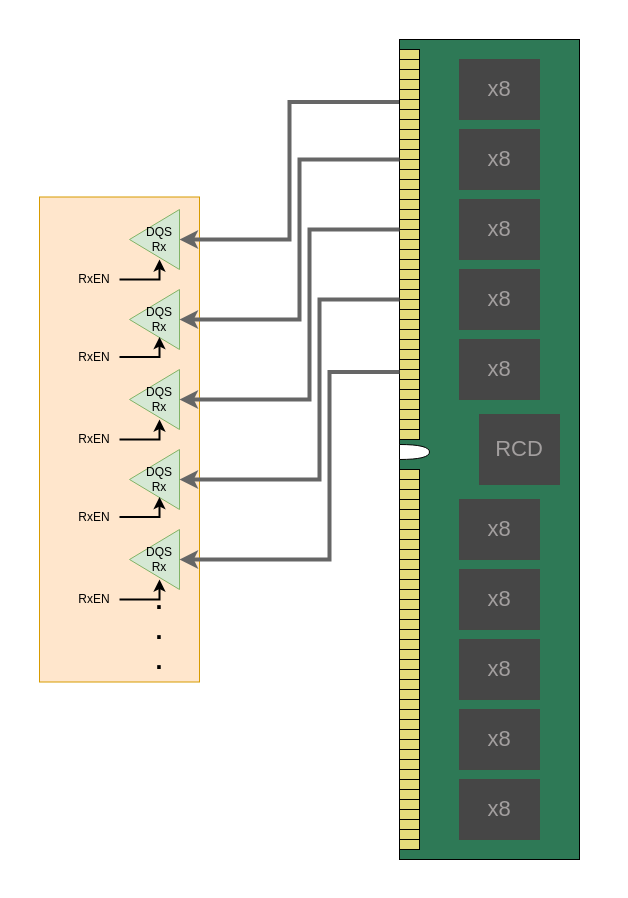
Above: docs/images/rdgate/rdgateneed2.drawio in shingaridavesh/memoryandarchitecture (draw.io), before the change. Source tidied: cells renumbered, new cells numbered last; positions are measured from the earlier drawing's top-left corner, leaving out a move shared by most shapes. Both pictures are drawn from the tidied source at 100%, with x=0, y=0 at pixel (39, 39).
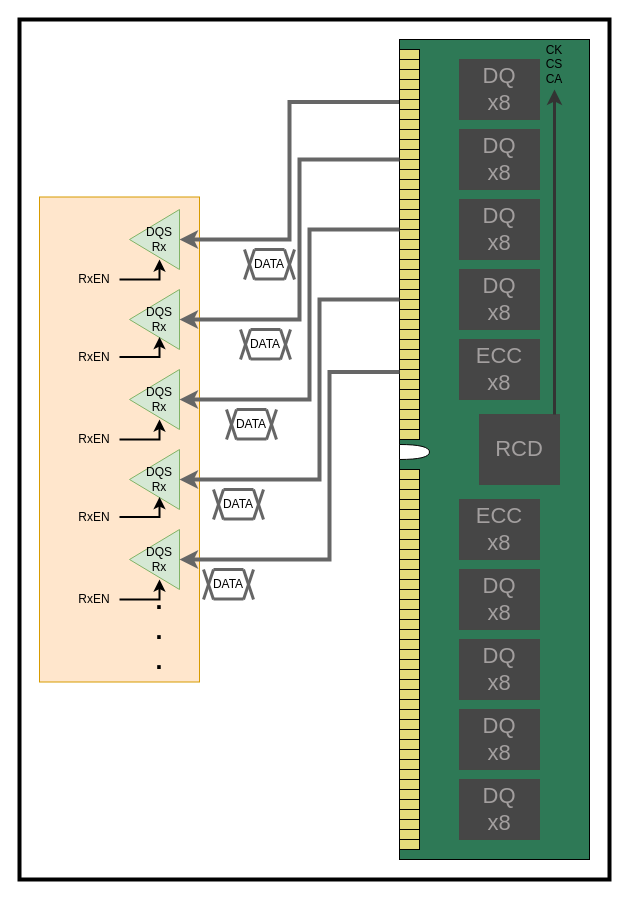
After the change.

Change to the diagram source:
```diff
@@
+    <mxCell id="119" style="rounded=0;whiteSpace=wrap;html=1;strokeWidth=4;" parent="1" vertex="1">
+      <mxGeometry x="-20" y="-20" width="590" height="860" as="geometry" />
+    </mxCell>
@@
     <mxCell id="8" style="rounded=0;whiteSpace=wrap;html=1;fillColor=#2e7956;direction=south;" parent="1" vertex="1">
-      <mxGeometry x="360" width="180" height="820" as="geometry" />
+      <mxGeometry x="360" width="190" height="820" as="geometry" />
     </mxCell>
@@
-    <mxCell id="11" value="&lt;span style=&quot;color: rgb(163, 159, 159); font-size: 22px;&quot;&gt;x8&lt;/span&gt;" style="rounded=0;whiteSpace=wrap;html=1;strokeColor=#454744;fillColor=#464646;direction=south;" parent="1" vertex="1">
+    <mxCell id="11" value="&lt;span style=&quot;color: rgb(163, 159, 159); font-size: 22px;&quot;&gt;ECC&lt;/span&gt;&lt;div&gt;&lt;span style=&quot;color: rgb(163, 159, 159); font-size: 22px;&quot;&gt;x8&lt;/span&gt;&lt;/div&gt;" style="rounded=0;whiteSpace=wrap;html=1;strokeColor=#454744;fillColor=#464646;direction=south;" parent="1" vertex="1">
       <mxGeometry x="420" y="460" width="80" height="60" as="geometry" />
     </mxCell>
-    <mxCell id="12" value="&lt;span style=&quot;color: rgb(163, 159, 159); font-size: 22px;&quot;&gt;x8&lt;/span&gt;" style="rounded=0;whiteSpace=wrap;html=1;strokeColor=#454744;fillColor=#464646;direction=south;" parent="1" vertex="1">
+    <mxCell id="12" value="&lt;span style=&quot;color: rgb(163, 159, 159); font-size: 22px;&quot;&gt;DQ&lt;/span&gt;&lt;div&gt;&lt;span style=&quot;color: rgb(163, 159, 159); font-size: 22px;&quot;&gt;x8&lt;/span&gt;&lt;/div&gt;" style="rounded=0;whiteSpace=wrap;html=1;strokeColor=#454744;fillColor=#464646;direction=south;" parent="1" vertex="1">
       <mxGeometry x="420" y="530" width="80" height="60" as="geometry" />
     </mxCell>
-    <mxCell id="13" value="&lt;span style=&quot;color: rgb(163, 159, 159); font-size: 22px;&quot;&gt;x8&lt;/span&gt;" style="rounded=0;whiteSpace=wrap;html=1;strokeColor=#454744;fillColor=#464646;direction=south;" parent="1" vertex="1">
+    <mxCell id="13" value="&lt;span style=&quot;color: rgb(163, 159, 159); font-size: 22px;&quot;&gt;DQ&lt;/span&gt;&lt;div&gt;&lt;span style=&quot;color: rgb(163, 159, 159); font-size: 22px;&quot;&gt;x8&lt;/span&gt;&lt;/div&gt;" style="rounded=0;whiteSpace=wrap;html=1;strokeColor=#454744;fillColor=#464646;direction=south;" parent="1" vertex="1">
       <mxGeometry x="420" y="600" width="80" height="60" as="geometry" />
     </mxCell>
-    <mxCell id="14" value="&lt;span style=&quot;color: rgb(163, 159, 159); font-size: 22px;&quot;&gt;x8&lt;/span&gt;" style="rounded=0;whiteSpace=wrap;html=1;strokeColor=#454744;fillColor=#464646;direction=south;" parent="1" vertex="1">
+    <mxCell id="14" value="&lt;span style=&quot;color: rgb(163, 159, 159); font-size: 22px;&quot;&gt;DQ&lt;/span&gt;&lt;div&gt;&lt;span style=&quot;color: rgb(163, 159, 159); font-size: 22px;&quot;&gt;x8&lt;/span&gt;&lt;/div&gt;" style="rounded=0;whiteSpace=wrap;html=1;strokeColor=#454744;fillColor=#464646;direction=south;" parent="1" vertex="1">
       <mxGeometry x="420" y="740" width="80" height="60" as="geometry" />
     </mxCell>
-    <mxCell id="15" value="&lt;span style=&quot;color: rgb(163, 159, 159); font-size: 22px;&quot;&gt;x8&lt;/span&gt;" style="rounded=0;whiteSpace=wrap;html=1;strokeColor=#454744;fillColor=#464646;direction=south;" parent="1" vertex="1">
+    <mxCell id="15" value="&lt;span style=&quot;color: rgb(163, 159, 159); font-size: 22px;&quot;&gt;DQ&lt;/span&gt;&lt;div&gt;&lt;span style=&quot;color: rgb(163, 159, 159); font-size: 22px;&quot;&gt;x8&lt;/span&gt;&lt;/div&gt;" style="rounded=0;whiteSpace=wrap;html=1;strokeColor=#454744;fillColor=#464646;direction=south;" parent="1" vertex="1">
       <mxGeometry x="420" y="670" width="80" height="60" as="geometry" />
     </mxCell>
@@
-    <mxCell id="92" value="&lt;span style=&quot;color: rgb(163, 159, 159); font-size: 22px;&quot;&gt;x8&lt;/span&gt;" style="rounded=0;whiteSpace=wrap;html=1;strokeColor=#454744;fillColor=#464646;direction=south;" parent="1" vertex="1">
+    <mxCell id="92" value="&lt;span style=&quot;color: rgb(163, 159, 159); font-size: 22px;&quot;&gt;DQ&lt;/span&gt;&lt;div&gt;&lt;span style=&quot;color: rgb(163, 159, 159); font-size: 22px;&quot;&gt;x8&lt;/span&gt;&lt;/div&gt;" style="rounded=0;whiteSpace=wrap;html=1;strokeColor=#454744;fillColor=#464646;direction=south;" parent="1" vertex="1">
       <mxGeometry x="420" y="20" width="80" height="60" as="geometry" />
     </mxCell>
-    <mxCell id="93" value="&lt;span style=&quot;color: rgb(163, 159, 159); font-size: 22px;&quot;&gt;x8&lt;/span&gt;" style="rounded=0;whiteSpace=wrap;html=1;strokeColor=#454744;fillColor=#464646;direction=south;" parent="1" vertex="1">
+    <mxCell id="93" value="&lt;span style=&quot;color: rgb(163, 159, 159); font-size: 22px;&quot;&gt;DQ&lt;/span&gt;&lt;div&gt;&lt;span style=&quot;color: rgb(163, 159, 159); font-size: 22px;&quot;&gt;x8&lt;/span&gt;&lt;/div&gt;" style="rounded=0;whiteSpace=wrap;html=1;strokeColor=#454744;fillColor=#464646;direction=south;" parent="1" vertex="1">
       <mxGeometry x="420" y="90" width="80" height="60" as="geometry" />
     </mxCell>
-    <mxCell id="94" value="&lt;span style=&quot;color: rgb(163, 159, 159); font-size: 22px;&quot;&gt;x8&lt;/span&gt;" style="rounded=0;whiteSpace=wrap;html=1;strokeColor=#454744;fillColor=#464646;direction=south;" parent="1" vertex="1">
+    <mxCell id="94" value="&lt;span style=&quot;color: rgb(163, 159, 159); font-size: 22px;&quot;&gt;DQ&lt;/span&gt;&lt;div&gt;&lt;span style=&quot;color: rgb(163, 159, 159); font-size: 22px;&quot;&gt;x8&lt;/span&gt;&lt;/div&gt;" style="rounded=0;whiteSpace=wrap;html=1;strokeColor=#454744;fillColor=#464646;direction=south;" parent="1" vertex="1">
       <mxGeometry x="420" y="160" width="80" height="60" as="geometry" />
     </mxCell>
-    <mxCell id="95" value="&lt;span style=&quot;color: rgb(163, 159, 159); font-size: 22px;&quot;&gt;x8&lt;/span&gt;" style="rounded=0;whiteSpace=wrap;html=1;strokeColor=#454744;fillColor=#464646;direction=south;" parent="1" vertex="1">
+    <mxCell id="95" value="&lt;span style=&quot;color: rgb(163, 159, 159); font-size: 22px;&quot;&gt;ECC&lt;/span&gt;&lt;div&gt;&lt;span style=&quot;color: rgb(163, 159, 159); font-size: 22px;&quot;&gt;x8&lt;/span&gt;&lt;/div&gt;" style="rounded=0;whiteSpace=wrap;html=1;strokeColor=#454744;fillColor=#464646;direction=south;" parent="1" vertex="1">
       <mxGeometry x="420" y="300" width="80" height="60" as="geometry" />
     </mxCell>
-    <mxCell id="96" value="&lt;span style=&quot;color: rgb(163, 159, 159); font-size: 22px;&quot;&gt;x8&lt;/span&gt;" style="rounded=0;whiteSpace=wrap;html=1;strokeColor=#454744;fillColor=#464646;direction=south;" parent="1" vertex="1">
+    <mxCell id="96" value="&lt;span style=&quot;color: rgb(163, 159, 159); font-size: 22px;&quot;&gt;DQ&lt;/span&gt;&lt;div&gt;&lt;span style=&quot;color: rgb(163, 159, 159); font-size: 22px;&quot;&gt;x8&lt;/span&gt;&lt;/div&gt;" style="rounded=0;whiteSpace=wrap;html=1;strokeColor=#454744;fillColor=#464646;direction=south;" parent="1" vertex="1">
       <mxGeometry x="420" y="230" width="80" height="60" as="geometry" />
     </mxCell>
@@
+    <mxCell id="120" style="endArrow=classic;html=1;rounded=0;strokeWidth=3;fillColor=#f5f5f5;strokeColor=#333333;" parent="1" edge="1">
+      <mxGeometry relative="1" as="geometry">
+        <mxPoint x="515" y="375" as="sourcePoint" />
+        <mxPoint x="515" y="50" as="targetPoint" />
+      </mxGeometry>
+    </mxCell>
+    <mxCell id="121" value="CK&lt;div&gt;CS&lt;/div&gt;&lt;div&gt;CA&lt;/div&gt;" style="text;html=1;align=center;verticalAlign=middle;whiteSpace=wrap;rounded=0;" parent="1" vertex="1">
+      <mxGeometry x="490" y="10" width="50" height="30" as="geometry" />
+    </mxCell>
+    <mxCell id="122" style="endArrow=none;html=1;rounded=0;strokeWidth=3;fillColor=#f5f5f5;strokeColor=#666666;" parent="1" edge="1">
+      <mxGeometry relative="1" as="geometry">
+        <mxPoint x="174" y="530" as="sourcePoint" />
+        <mxPoint x="204" y="530" as="targetPoint" />
+      </mxGeometry>
+    </mxCell>
+    <mxCell id="123" style="endArrow=none;html=1;rounded=0;strokeWidth=3;fillColor=#f5f5f5;strokeColor=#666666;" parent="1" edge="1">
+      <mxGeometry relative="1" as="geometry">
+        <mxPoint x="174" y="559.5" as="sourcePoint" />
+        <mxPoint x="204" y="559.5" as="targetPoint" />
+      </mxGeometry>
+    </mxCell>
+    <mxCell id="124" style="endArrow=none;html=1;rounded=0;strokeWidth=3;fillColor=#f5f5f5;strokeColor=#666666;" parent="1" edge="1">
+      <mxGeometry relative="1" as="geometry">
+        <mxPoint x="204" y="530" as="sourcePoint" />
+        <mxPoint x="214" y="560" as="targetPoint" />
+      </mxGeometry>
+    </mxCell>
+    <mxCell id="125" style="endArrow=none;html=1;rounded=0;strokeWidth=3;fillColor=#f5f5f5;strokeColor=#666666;" parent="1" edge="1">
+      <mxGeometry relative="1" as="geometry">
+        <mxPoint x="214" y="530" as="sourcePoint" />
+        <mxPoint x="204" y="560" as="targetPoint" />
+      </mxGeometry>
+    </mxCell>
+    <mxCell id="126" style="endArrow=none;html=1;rounded=0;strokeWidth=3;fillColor=#f5f5f5;strokeColor=#666666;" parent="1" edge="1">
+      <mxGeometry relative="1" as="geometry">
+        <mxPoint x="164" y="530" as="sourcePoint" />
+        <mxPoint x="174" y="560" as="targetPoint" />
+      </mxGeometry>
+    </mxCell>
+    <mxCell id="127" style="endArrow=none;html=1;rounded=0;strokeWidth=3;fillColor=#f5f5f5;strokeColor=#666666;" parent="1" edge="1">
+      <mxGeometry relative="1" as="geometry">
+        <mxPoint x="174" y="530" as="sourcePoint" />
+        <mxPoint x="164" y="560" as="targetPoint" />
+      </mxGeometry>
+    </mxCell>
+    <mxCell id="128" value="DATA" style="text;html=1;align=center;verticalAlign=middle;whiteSpace=wrap;rounded=0;" parent="1" vertex="1">
+      <mxGeometry x="164" y="530" width="50" height="30" as="geometry" />
+    </mxCell>
+    <mxCell id="129" style="endArrow=none;html=1;rounded=0;strokeWidth=3;fillColor=#f5f5f5;strokeColor=#666666;" parent="1" edge="1">
+      <mxGeometry relative="1" as="geometry">
+        <mxPoint x="184" y="450" as="sourcePoint" />
+        <mxPoint x="214" y="450" as="targetPoint" />
+      </mxGeometry>
+    </mxCell>
+    <mxCell id="130" style="endArrow=none;html=1;rounded=0;strokeWidth=3;fillColor=#f5f5f5;strokeColor=#666666;" parent="1" edge="1">
+      <mxGeometry relative="1" as="geometry">
+        <mxPoint x="184" y="479.5" as="sourcePoint" />
+        <mxPoint x="214" y="479.5" as="targetPoint" />
+      </mxGeometry>
+    </mxCell>
+    <mxCell id="131" style="endArrow=none;html=1;rounded=0;strokeWidth=3;fillColor=#f5f5f5;strokeColor=#666666;" parent="1" edge="1">
+      <mxGeometry relative="1" as="geometry">
+        <mxPoint x="214" y="450" as="sourcePoint" />
+        <mxPoint x="224" y="480" as="targetPoint" />
+      </mxGeometry>
+    </mxCell>
+    <mxCell id="132" style="endArrow=none;html=1;rounded=0;strokeWidth=3;fillColor=#f5f5f5;strokeColor=#666666;" parent="1" edge="1">
+      <mxGeometry relative="1" as="geometry">
+        <mxPoint x="224" y="450" as="sourcePoint" />
+        <mxPoint x="214" y="480" as="targetPoint" />
+      </mxGeometry>
+    </mxCell>
+    <mxCell id="133" style="endArrow=none;html=1;rounded=0;strokeWidth=3;fillColor=#f5f5f5;strokeColor=#666666;" parent="1" edge="1">
+      <mxGeometry relative="1" as="geometry">
+        <mxPoint x="174" y="450" as="sourcePoint" />
+        <mxPoint x="184" y="480" as="targetPoint" />
+      </mxGeometry>
+    </mxCell>
+    <mxCell id="134" style="endArrow=none;html=1;rounded=0;strokeWidth=3;fillColor=#f5f5f5;strokeColor=#666666;" parent="1" edge="1">
+      <mxGeometry relative="1" as="geometry">
+        <mxPoint x="184" y="450" as="sourcePoint" />
+        <mxPoint x="174" y="480" as="targetPoint" />
+      </mxGeometry>
+    </mxCell>
+    <mxCell id="135" value="DATA" style="text;html=1;align=center;verticalAlign=middle;whiteSpace=wrap;rounded=0;" parent="1" vertex="1">
+      <mxGeometry x="174" y="450" width="50" height="30" as="geometry" />
+    </mxCell>
+    <mxCell id="136" style="endArrow=none;html=1;rounded=0;strokeWidth=3;fillColor=#f5f5f5;strokeColor=#666666;" parent="1" edge="1">
+      <mxGeometry relative="1" as="geometry">
+        <mxPoint x="197" y="370" as="sourcePoint" />
+        <mxPoint x="227" y="370" as="targetPoint" />
+      </mxGeometry>
+    </mxCell>
+    <mxCell id="137" style="endArrow=none;html=1;rounded=0;strokeWidth=3;fillColor=#f5f5f5;strokeColor=#666666;" parent="1" edge="1">
+      <mxGeometry relative="1" as="geometry">
+        <mxPoint x="197" y="399.5" as="sourcePoint" />
+        <mxPoint x="227" y="399.5" as="targetPoint" />
+      </mxGeometry>
+    </mxCell>
+    <mxCell id="138" style="endArrow=none;html=1;rounded=0;strokeWidth=3;fillColor=#f5f5f5;strokeColor=#666666;" parent="1" edge="1">
+      <mxGeometry relative="1" as="geometry">
+        <mxPoint x="227" y="370" as="sourcePoint" />
+        <mxPoint x="237" y="400" as="targetPoint" />
+      </mxGeometry>
+    </mxCell>
+    <mxCell id="139" style="endArrow=none;html=1;rounded=0;strokeWidth=3;fillColor=#f5f5f5;strokeColor=#666666;" parent="1" edge="1">
+      <mxGeometry relative="1" as="geometry">
+        <mxPoint x="237" y="370" as="sourcePoint" />
+        <mxPoint x="227" y="400" as="targetPoint" />
+      </mxGeometry>
+    </mxCell>
+    <mxCell id="140" style="endArrow=none;html=1;rounded=0;strokeWidth=3;fillColor=#f5f5f5;strokeColor=#666666;" parent="1" edge="1">
+      <mxGeometry relative="1" as="geometry">
+        <mxPoint x="187" y="370" as="sourcePoint" />
+        <mxPoint x="197" y="400" as="targetPoint" />
+      </mxGeometry>
+    </mxCell>
+    <mxCell id="141" style="endArrow=none;html=1;rounded=0;strokeWidth=3;fillColor=#f5f5f5;strokeColor=#666666;" parent="1" edge="1">
+      <mxGeometry relative="1" as="geometry">
+        <mxPoint x="197" y="370" as="sourcePoint" />
+        <mxPoint x="187" y="400" as="targetPoint" />
+      </mxGeometry>
+    </mxCell>
+    <mxCell id="142" value="DATA" style="text;html=1;align=center;verticalAlign=middle;whiteSpace=wrap;rounded=0;" parent="1" vertex="1">
+      <mxGeometry x="187" y="370" width="50" height="30" as="geometry" />
+    </mxCell>
+    <mxCell id="143" style="endArrow=none;html=1;rounded=0;strokeWidth=3;fillColor=#f5f5f5;strokeColor=#666666;" parent="1" edge="1">
+      <mxGeometry relative="1" as="geometry">
+        <mxPoint x="211" y="290" as="sourcePoint" />
+        <mxPoint x="241" y="290" as="targetPoint" />
+      </mxGeometry>
+    </mxCell>
+    <mxCell id="144" style="endArrow=none;html=1;rounded=0;strokeWidth=3;fillColor=#f5f5f5;strokeColor=#666666;" parent="1" edge="1">
+      <mxGeometry relative="1" as="geometry">
+        <mxPoint x="211" y="319.5" as="sourcePoint" />
+        <mxPoint x="241" y="319.5" as="targetPoint" />
+      </mxGeometry>
+    </mxCell>
+    <mxCell id="145" style="endArrow=none;html=1;rounded=0;strokeWidth=3;fillColor=#f5f5f5;strokeColor=#666666;" parent="1" edge="1">
+      <mxGeometry relative="1" as="geometry">
+        <mxPoint x="241" y="290" as="sourcePoint" />
+        <mxPoint x="251" y="320" as="targetPoint" />
+      </mxGeometry>
+    </mxCell>
+    <mxCell id="146" style="endArrow=none;html=1;rounded=0;strokeWidth=3;fillColor=#f5f5f5;strokeColor=#666666;" parent="1" edge="1">
+      <mxGeometry relative="1" as="geometry">
+        <mxPoint x="251" y="290" as="sourcePoint" />
+        <mxPoint x="241" y="320" as="targetPoint" />
+      </mxGeometry>
+    </mxCell>
+    <mxCell id="147" style="endArrow=none;html=1;rounded=0;strokeWidth=3;fillColor=#f5f5f5;strokeColor=#666666;" parent="1" edge="1">
+      <mxGeometry relative="1" as="geometry">
+        <mxPoint x="201" y="290" as="sourcePoint" />
+        <mxPoint x="211" y="320" as="targetPoint" />
+      </mxGeometry>
+    </mxCell>
+    <mxCell id="148" style="endArrow=none;html=1;rounded=0;strokeWidth=3;fillColor=#f5f5f5;strokeColor=#666666;" parent="1" edge="1">
+      <mxGeometry relative="1" as="geometry">
+        <mxPoint x="211" y="290" as="sourcePoint" />
+        <mxPoint x="201" y="320" as="targetPoint" />
+      </mxGeometry>
+    </mxCell>
+    <mxCell id="149" value="DATA" style="text;html=1;align=center;verticalAlign=middle;whiteSpace=wrap;rounded=0;" parent="1" vertex="1">
+      <mxGeometry x="201" y="290" width="50" height="30" as="geometry" />
+    </mxCell>
+    <mxCell id="150" style="endArrow=none;html=1;rounded=0;strokeWidth=3;fillColor=#f5f5f5;strokeColor=#666666;" parent="1" edge="1">
+      <mxGeometry relative="1" as="geometry">
+        <mxPoint x="215" y="210" as="sourcePoint" />
+        <mxPoint x="245" y="210" as="targetPoint" />
+      </mxGeometry>
+    </mxCell>
+    <mxCell id="151" style="endArrow=none;html=1;rounded=0;strokeWidth=3;fillColor=#f5f5f5;strokeColor=#666666;" parent="1" edge="1">
+      <mxGeometry relative="1" as="geometry">
+        <mxPoint x="215" y="239.5" as="sourcePoint" />
+        <mxPoint x="245" y="239.5" as="targetPoint" />
+      </mxGeometry>
+    </mxCell>
+    <mxCell id="152" style="endArrow=none;html=1;rounded=0;strokeWidth=3;fillColor=#f5f5f5;strokeColor=#666666;" parent="1" edge="1">
+      <mxGeometry relative="1" as="geometry">
+        <mxPoint x="245" y="210" as="sourcePoint" />
+        <mxPoint x="255" y="240" as="targetPoint" />
+      </mxGeometry>
+    </mxCell>
+    <mxCell id="153" style="endArrow=none;html=1;rounded=0;strokeWidth=3;fillColor=#f5f5f5;strokeColor=#666666;" parent="1" edge="1">
+      <mxGeometry relative="1" as="geometry">
+        <mxPoint x="255" y="210" as="sourcePoint" />
+        <mxPoint x="245" y="240" as="targetPoint" />
+      </mxGeometry>
+    </mxCell>
+    <mxCell id="154" style="endArrow=none;html=1;rounded=0;strokeWidth=3;fillColor=#f5f5f5;strokeColor=#666666;" parent="1" edge="1">
+      <mxGeometry relative="1" as="geometry">
+        <mxPoint x="205" y="210" as="sourcePoint" />
+        <mxPoint x="215" y="240" as="targetPoint" />
+      </mxGeometry>
+    </mxCell>
+    <mxCell id="155" style="endArrow=none;html=1;rounded=0;strokeWidth=3;fillColor=#f5f5f5;strokeColor=#666666;" parent="1" edge="1">
+      <mxGeometry relative="1" as="geometry">
+        <mxPoint x="215" y="210" as="sourcePoint" />
+        <mxPoint x="205" y="240" as="targetPoint" />
+      </mxGeometry>
+    </mxCell>
+    <mxCell id="156" value="DATA" style="text;html=1;align=center;verticalAlign=middle;whiteSpace=wrap;rounded=0;" parent="1" vertex="1">
+      <mxGeometry x="205" y="210" width="50" height="30" as="geometry" />
+    </mxCell>
```
